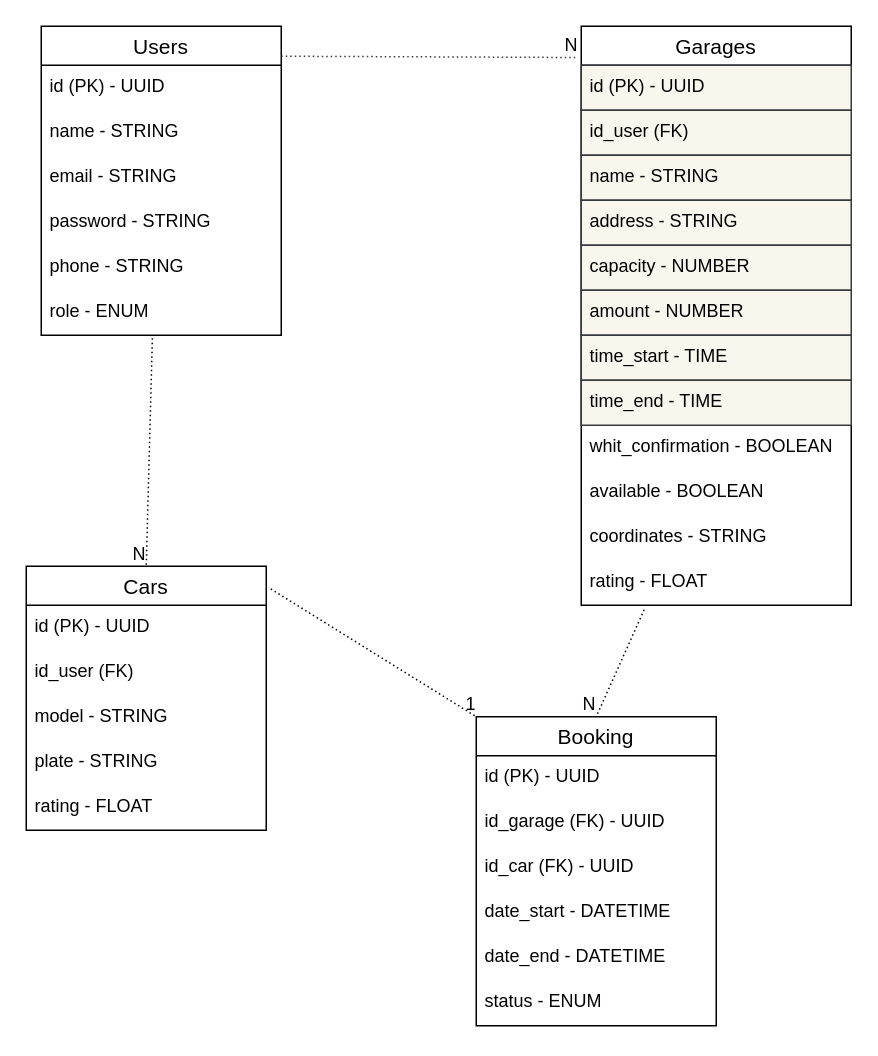
This is backend/relationalDiagram.drawio from No-Country/s13-04-t-node-react, a draw.io file, before an edit. Source tidied: cells renumbered, new cells numbered last; positions are measured from the earlier drawing's top-left corner, leaving out a move shared by most shapes. Both pictures are drawn from the tidied source at 150%, with x=0, y=0 at pixel (26, 26).
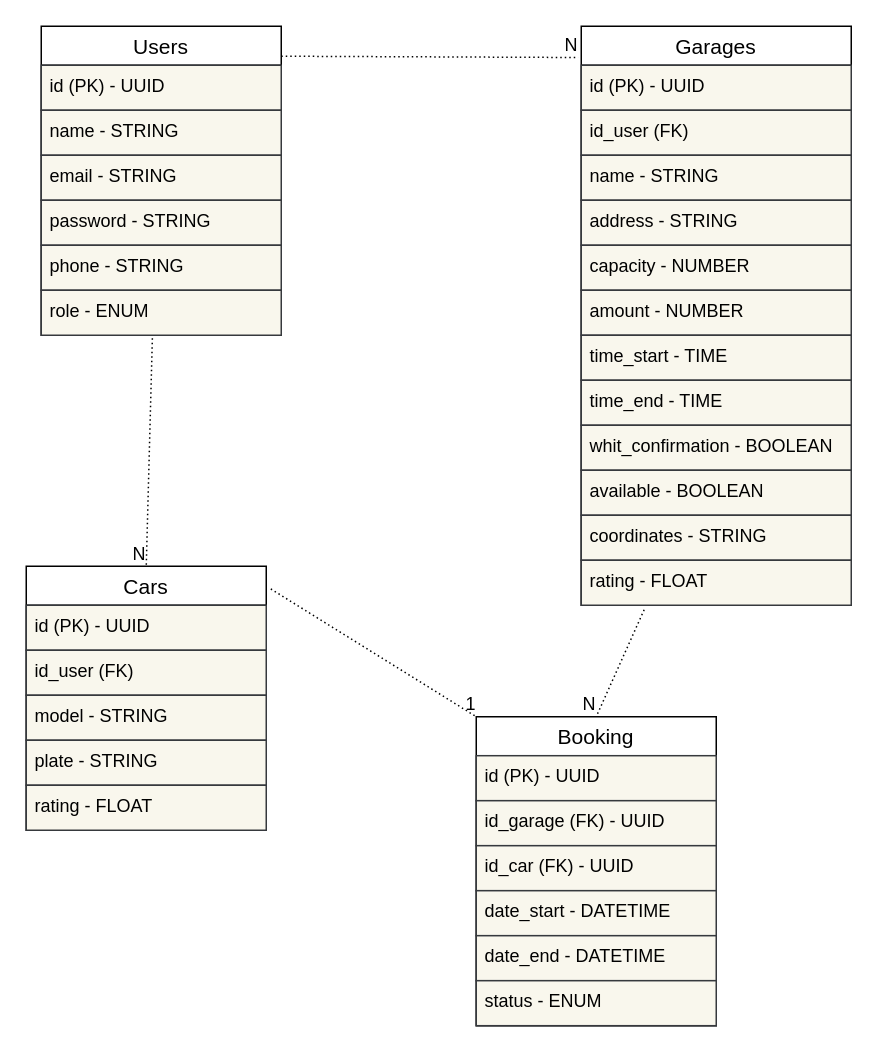
Above is the later version.

Commit message:
fix color diagram

The change refers to these unchanged cells:
```xml
<mxCell id="2" value="Users" style="swimlane;fontStyle=0;horizontal=1;startSize=26;align=center;fontSize=14;" parent="1" vertex="1">
  <mxGeometry x="10" width="160" height="206" as="geometry" />
</mxCell>
<mxCell id="9" value="Garages" style="swimlane;fontStyle=0;horizontal=1;startSize=26;align=center;fontSize=14;" parent="1" vertex="1">
  <mxGeometry x="370" width="180" height="386" as="geometry" />
</mxCell>
<mxCell id="22" value="Cars" style="swimlane;fontStyle=0;horizontal=1;startSize=26;align=center;fontSize=14;" parent="1" vertex="1">
  <mxGeometry y="360" width="160" height="176" as="geometry" />
</mxCell>
<mxCell id="32" value="Booking" style="swimlane;fontStyle=0;horizontal=1;startSize=26;align=center;fontSize=14;" parent="1" vertex="1">
  <mxGeometry x="300" y="460.3" width="160" height="206" as="geometry" />
</mxCell>
```

Diff of the diagram source:
```diff
@@
-    <mxCell id="3" value="id (PK) - UUID" style="text;strokeColor=none;fillColor=none;spacingLeft=4;spacingRight=4;overflow=hidden;fontSize=12;" parent="2" vertex="1">
+    <mxCell id="3" value="id (PK) - UUID" style="text;strokeColor=#36393d;fillColor=#f9f7ed;spacingLeft=4;spacingRight=4;overflow=hidden;fontSize=12;fontColor=#000000;" parent="2" vertex="1">
       <mxGeometry y="26" width="160" height="30" as="geometry" />
     </mxCell>
-    <mxCell id="4" value="name - STRING" style="text;strokeColor=none;fillColor=none;spacingLeft=4;spacingRight=4;overflow=hidden;fontSize=12;" parent="2" vertex="1">
+    <mxCell id="4" value="name - STRING" style="text;strokeColor=#36393d;fillColor=#f9f7ed;spacingLeft=4;spacingRight=4;overflow=hidden;fontSize=12;fontColor=#000000;" parent="2" vertex="1">
       <mxGeometry y="56" width="160" height="30" as="geometry" />
     </mxCell>
-    <mxCell id="5" value="email - STRING    " style="text;strokeColor=none;fillColor=none;spacingLeft=4;spacingRight=4;overflow=hidden;fontSize=12;" parent="2" vertex="1">
+    <mxCell id="5" value="email - STRING    " style="text;strokeColor=#36393d;fillColor=#f9f7ed;spacingLeft=4;spacingRight=4;overflow=hidden;fontSize=12;fontColor=#000000;" parent="2" vertex="1">
       <mxGeometry y="86" width="160" height="30" as="geometry" />
     </mxCell>
-    <mxCell id="6" value="password - STRING" style="text;strokeColor=none;fillColor=none;spacingLeft=4;spacingRight=4;overflow=hidden;fontSize=12;" parent="2" vertex="1">
+    <mxCell id="6" value="password - STRING" style="text;strokeColor=#36393d;fillColor=#f9f7ed;spacingLeft=4;spacingRight=4;overflow=hidden;fontSize=12;fontColor=#000000;" parent="2" vertex="1">
       <mxGeometry y="116" width="160" height="30" as="geometry" />
     </mxCell>
-    <mxCell id="7" value="phone - STRING" style="text;strokeColor=none;fillColor=none;spacingLeft=4;spacingRight=4;overflow=hidden;fontSize=12;" parent="2" vertex="1">
+    <mxCell id="7" value="phone - STRING" style="text;strokeColor=#36393d;fillColor=#f9f7ed;spacingLeft=4;spacingRight=4;overflow=hidden;fontSize=12;fontColor=#000000;" parent="2" vertex="1">
       <mxGeometry y="146" width="160" height="30" as="geometry" />
     </mxCell>
-    <mxCell id="8" value="role - ENUM" style="text;strokeColor=none;fillColor=none;spacingLeft=4;spacingRight=4;overflow=hidden;points=[[0,0.5],[1,0.5]];portConstraint=eastwest;fontSize=12;" parent="2" vertex="1">
+    <mxCell id="8" value="role - ENUM" style="text;strokeColor=#36393d;fillColor=#f9f7ed;spacingLeft=4;spacingRight=4;overflow=hidden;points=[[0,0.5],[1,0.5]];portConstraint=eastwest;fontSize=12;fontColor=#000000;" parent="2" vertex="1">
       <mxGeometry y="176" width="160" height="30" as="geometry" />
     </mxCell>
@@
-    <mxCell id="18" value="whit_confirmation - BOOLEAN" style="text;strokeColor=none;fillColor=none;spacingLeft=4;spacingRight=4;overflow=hidden;fontSize=12;" parent="9" vertex="1">
+    <mxCell id="18" value="whit_confirmation - BOOLEAN" style="text;strokeColor=#36393d;fillColor=#f9f7ed;spacingLeft=4;spacingRight=4;overflow=hidden;fontSize=12;fontColor=#000000;" parent="9" vertex="1">
       <mxGeometry y="266" width="180" height="30" as="geometry" />
     </mxCell>
-    <mxCell id="19" value="available - BOOLEAN" style="text;strokeColor=none;fillColor=none;spacingLeft=4;spacingRight=4;overflow=hidden;fontSize=12;" parent="9" vertex="1">
+    <mxCell id="19" value="available - BOOLEAN" style="text;strokeColor=#36393d;fillColor=#f9f7ed;spacingLeft=4;spacingRight=4;overflow=hidden;fontSize=12;fontColor=#000000;" parent="9" vertex="1">
       <mxGeometry y="296" width="180" height="30" as="geometry" />
     </mxCell>
-    <mxCell id="20" value="coordinates - STRING" style="text;strokeColor=none;fillColor=none;spacingLeft=4;spacingRight=4;overflow=hidden;fontSize=12;" parent="9" vertex="1">
+    <mxCell id="20" value="coordinates - STRING" style="text;strokeColor=#36393d;fillColor=#f9f7ed;spacingLeft=4;spacingRight=4;overflow=hidden;fontSize=12;fontColor=#000000;" parent="9" vertex="1">
       <mxGeometry y="326" width="180" height="30" as="geometry" />
     </mxCell>
-    <mxCell id="21" value="rating - FLOAT" style="text;strokeColor=none;fillColor=none;spacingLeft=4;spacingRight=4;overflow=hidden;points=[[0,0.5],[1,0.5]];portConstraint=eastwest;fontSize=12;" parent="9" vertex="1">
+    <mxCell id="21" value="rating - FLOAT" style="text;strokeColor=#36393d;fillColor=#f9f7ed;spacingLeft=4;spacingRight=4;overflow=hidden;points=[[0,0.5],[1,0.5]];portConstraint=eastwest;fontSize=12;fontColor=#000000;" parent="9" vertex="1">
       <mxGeometry y="356" width="180" height="30" as="geometry" />
     </mxCell>
@@
-    <mxCell id="23" value="id (PK) - UUID" style="text;strokeColor=none;fillColor=none;spacingLeft=4;spacingRight=4;overflow=hidden;fontSize=12;" parent="22" vertex="1">
+    <mxCell id="23" value="id (PK) - UUID" style="text;strokeColor=#36393d;fillColor=#f9f7ed;spacingLeft=4;spacingRight=4;overflow=hidden;fontSize=12;fontColor=#000000;" parent="22" vertex="1">
       <mxGeometry y="26" width="160" height="30" as="geometry" />
     </mxCell>
-    <mxCell id="24" value="id_user (FK)" style="text;strokeColor=none;fillColor=none;spacingLeft=4;spacingRight=4;overflow=hidden;fontSize=12;" parent="22" vertex="1">
+    <mxCell id="24" value="id_user (FK)" style="text;strokeColor=#36393d;fillColor=#f9f7ed;spacingLeft=4;spacingRight=4;overflow=hidden;fontSize=12;fontColor=#000000;" parent="22" vertex="1">
       <mxGeometry y="56" width="160" height="30" as="geometry" />
     </mxCell>
-    <mxCell id="25" value="model - STRING" style="text;strokeColor=none;fillColor=none;spacingLeft=4;spacingRight=4;overflow=hidden;fontSize=12;" parent="22" vertex="1">
+    <mxCell id="25" value="model - STRING" style="text;strokeColor=#36393d;fillColor=#f9f7ed;spacingLeft=4;spacingRight=4;overflow=hidden;fontSize=12;fontColor=#000000;" parent="22" vertex="1">
       <mxGeometry y="86" width="160" height="30" as="geometry" />
     </mxCell>
-    <mxCell id="26" value="plate - STRING" style="text;strokeColor=none;fillColor=none;spacingLeft=4;spacingRight=4;overflow=hidden;fontSize=12;" parent="22" vertex="1">
+    <mxCell id="26" value="plate - STRING" style="text;strokeColor=#36393d;fillColor=#f9f7ed;spacingLeft=4;spacingRight=4;overflow=hidden;fontSize=12;fontColor=#000000;" parent="22" vertex="1">
       <mxGeometry y="116" width="160" height="30" as="geometry" />
     </mxCell>
-    <mxCell id="27" value="rating - FLOAT" style="text;strokeColor=none;fillColor=none;spacingLeft=4;spacingRight=4;overflow=hidden;fontSize=12;" parent="22" vertex="1">
+    <mxCell id="27" value="rating - FLOAT" style="text;strokeColor=#36393d;fillColor=#f9f7ed;spacingLeft=4;spacingRight=4;overflow=hidden;fontSize=12;fontColor=#000000;" parent="22" vertex="1">
       <mxGeometry y="146" width="160" height="30" as="geometry" />
     </mxCell>
-    <mxCell id="28" style="endArrow=none;html=1;rounded=0;dashed=1;dashPattern=1 2;entryX=-0.011;entryY=0.054;entryDx=0;entryDy=0;entryPerimeter=0;exitX=1;exitY=0.097;exitDx=0;exitDy=0;exitPerimeter=0;fillColor=#f9f7ed;strokeColor=#36393d;" parent="1" edge="1" source="2" target="9">
+    <mxCell id="28" style="endArrow=none;html=1;rounded=0;dashed=1;dashPattern=1 2;entryX=-0.011;entryY=0.054;entryDx=0;entryDy=0;entryPerimeter=0;exitX=1;exitY=0.097;exitDx=0;exitDy=0;exitPerimeter=0;" parent="1" edge="1" source="2" target="9">
       <mxGeometry relative="1" as="geometry" />
     </mxCell>
@@
-    <mxCell id="33" value="id (PK) - UUID" style="text;strokeColor=none;fillColor=none;spacingLeft=4;spacingRight=4;overflow=hidden;fontSize=12;" parent="32" vertex="1">
+    <mxCell id="33" value="id (PK) - UUID" style="text;strokeColor=#36393d;fillColor=#f9f7ed;spacingLeft=4;spacingRight=4;overflow=hidden;fontSize=12;fontColor=#000000;" parent="32" vertex="1">
       <mxGeometry y="26" width="160" height="30" as="geometry" />
     </mxCell>
-    <mxCell id="34" value="id_garage (FK) - UUID" style="text;strokeColor=none;fillColor=none;spacingLeft=4;spacingRight=4;overflow=hidden;fontSize=12;" parent="32" vertex="1">
+    <mxCell id="34" value="id_garage (FK) - UUID" style="text;strokeColor=#36393d;fillColor=#f9f7ed;spacingLeft=4;spacingRight=4;overflow=hidden;fontSize=12;fontColor=#000000;" parent="32" vertex="1">
       <mxGeometry y="56" width="160" height="30" as="geometry" />
     </mxCell>
-    <mxCell id="35" value="id_car (FK) - UUID" style="text;strokeColor=none;fillColor=none;spacingLeft=4;spacingRight=4;overflow=hidden;fontSize=12;" parent="32" vertex="1">
+    <mxCell id="35" value="id_car (FK) - UUID" style="text;strokeColor=#36393d;fillColor=#f9f7ed;spacingLeft=4;spacingRight=4;overflow=hidden;fontSize=12;fontColor=#000000;" parent="32" vertex="1">
       <mxGeometry y="86" width="160" height="30" as="geometry" />
     </mxCell>
-    <mxCell id="36" value="date_start - DATETIME" style="text;strokeColor=none;fillColor=none;spacingLeft=4;spacingRight=4;overflow=hidden;fontSize=12;" parent="32" vertex="1">
+    <mxCell id="36" value="date_start - DATETIME" style="text;strokeColor=#36393d;fillColor=#f9f7ed;spacingLeft=4;spacingRight=4;overflow=hidden;fontSize=12;fontColor=#000000;" parent="32" vertex="1">
       <mxGeometry y="116" width="160" height="30" as="geometry" />
     </mxCell>
-    <mxCell id="37" value="date_end - DATETIME" style="text;strokeColor=none;fillColor=none;spacingLeft=4;spacingRight=4;overflow=hidden;fontSize=12;" parent="32" vertex="1">
+    <mxCell id="37" value="date_end - DATETIME" style="text;strokeColor=#36393d;fillColor=#f9f7ed;spacingLeft=4;spacingRight=4;overflow=hidden;fontSize=12;fontColor=#000000;" parent="32" vertex="1">
       <mxGeometry y="146" width="160" height="30" as="geometry" />
     </mxCell>
-    <mxCell id="38" value="status - ENUM" style="text;strokeColor=none;fillColor=none;spacingLeft=4;spacingRight=4;overflow=hidden;fontSize=12;" parent="32" vertex="1">
+    <mxCell id="38" value="status - ENUM" style="text;strokeColor=#36393d;fillColor=#f9f7ed;spacingLeft=4;spacingRight=4;overflow=hidden;fontSize=12;fontColor=#000000;" parent="32" vertex="1">
       <mxGeometry y="176" width="160" height="30" as="geometry" />
     </mxCell>
```
